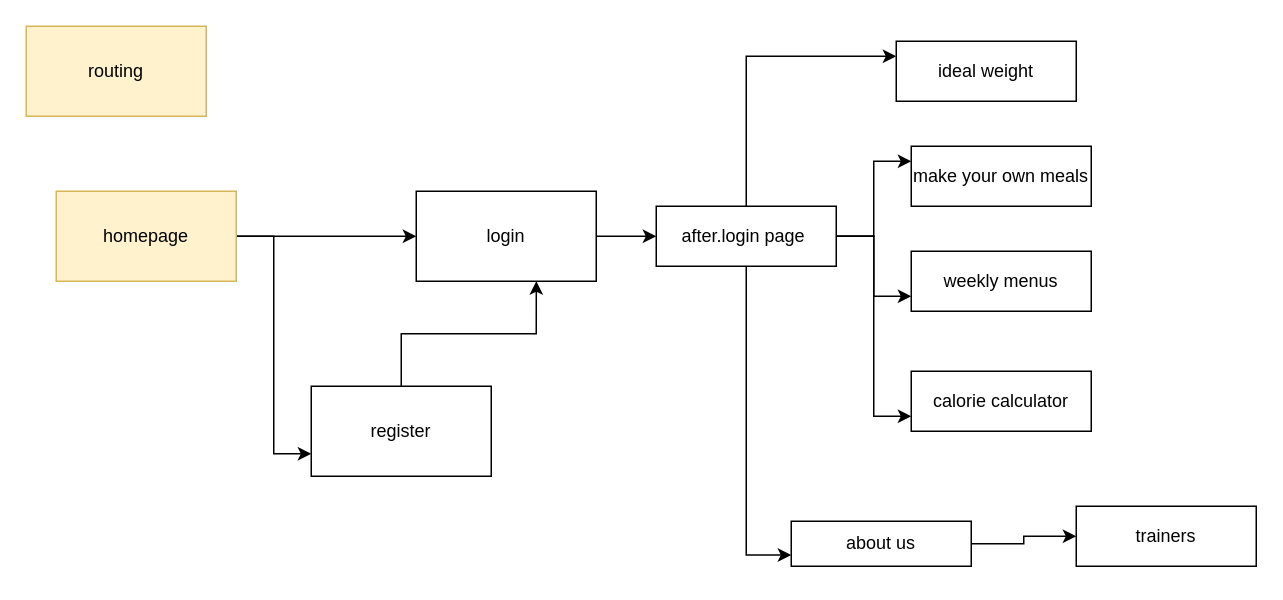
Above: docs/2 design/routing.drawio in Ioan-Alexandru96/wellness-app (draw.io), before the change. Source tidied: cells renumbered, new cells numbered last; positions are measured from the earlier drawing's top-left corner, leaving out a move shared by most shapes. Both pictures are drawn from the tidied source at 150%, with x=0, y=0 at pixel (26, 26).
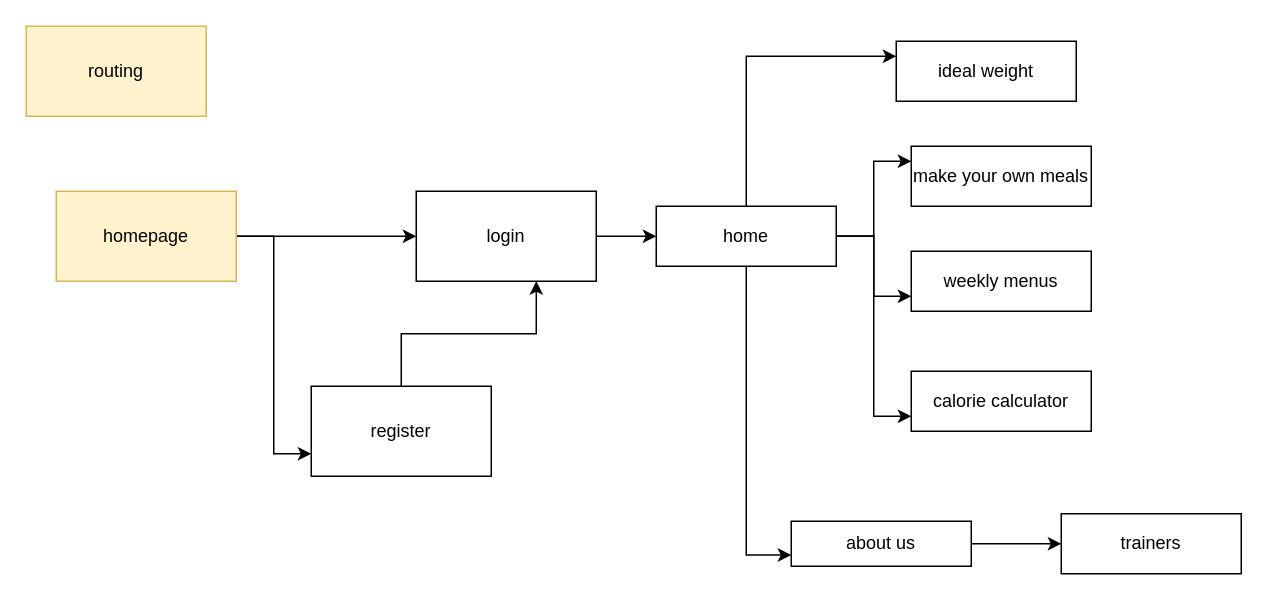
After the change.

Change to the diagram source:
```diff
@@
-    <mxCell id="15" value="after.login page&amp;nbsp;" style="whiteSpace=wrap;html=1;" parent="1" vertex="1">
+    <mxCell id="15" value="home" style="whiteSpace=wrap;html=1;" parent="1" vertex="1">
       <mxGeometry x="420" y="120" width="120" height="40" as="geometry" />
     </mxCell>
@@
     <mxCell id="22" value="trainers" style="whiteSpace=wrap;html=1;" parent="1" vertex="1">
-      <mxGeometry x="700" y="320" width="120" height="40" as="geometry" />
+      <mxGeometry x="690" y="325" width="120" height="40" as="geometry" />
     </mxCell>
```
